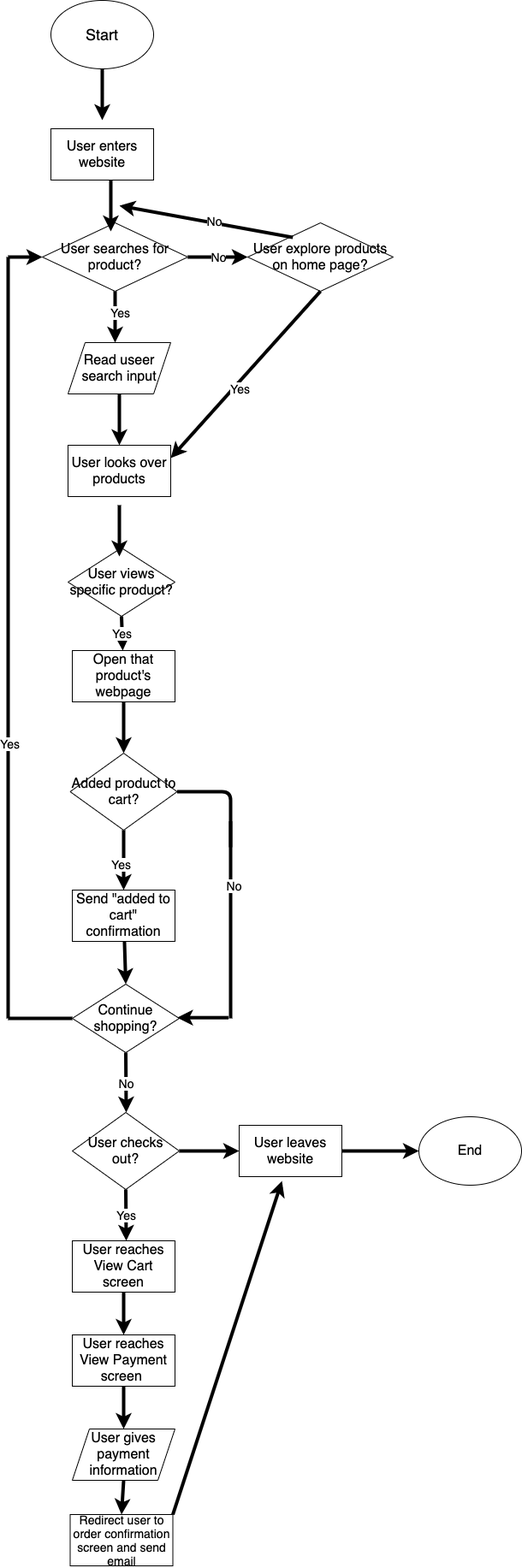
kianezaz/fa21-cse110-lab4 keeps this draw.io diagram as explore/diagramming/diagram.drawio.png. Above is the earlier version. Source tidied: cells renumbered, new cells last; positions are measured from the earlier drawing's top-left corner, leaving out a move shared by most shapes.
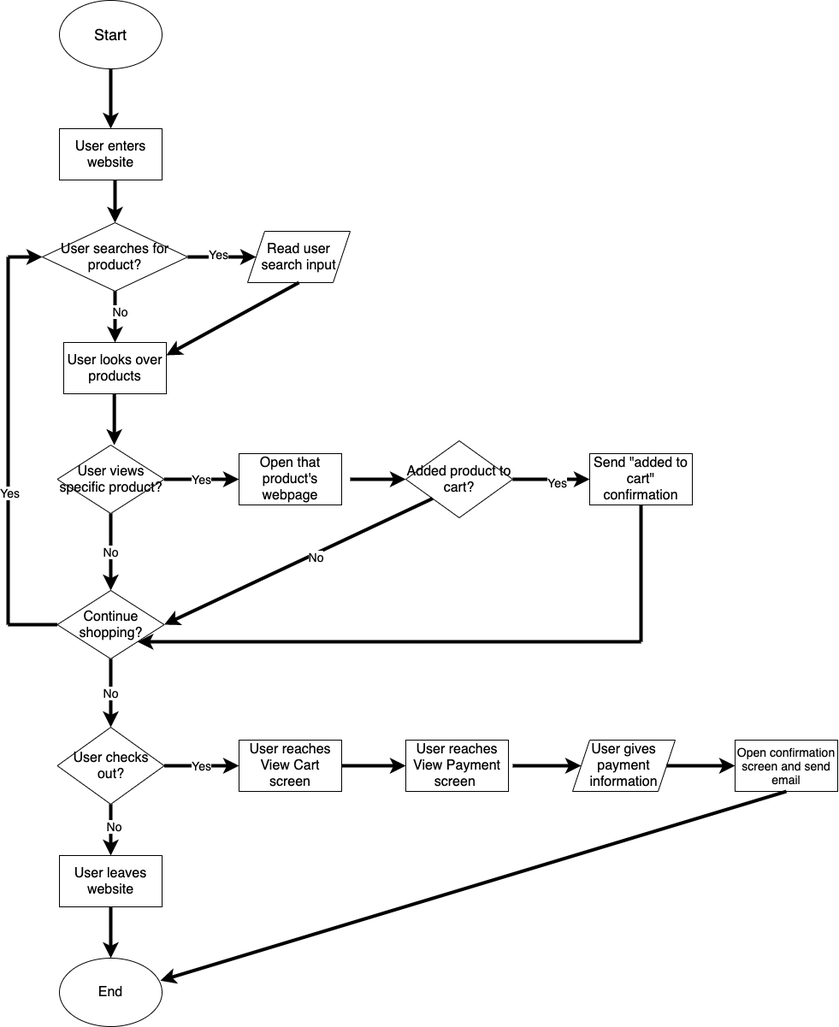
Later version of the same file.

Commit message:
Finished diagramming

Diff of the diagram source:
```diff
@@ -3,23 +3,17 @@
     <mxCell id="0" />
     <mxCell id="1" parent="0" />
     <mxCell id="2" value="&lt;font style=&quot;font-size: 18px&quot;&gt;Start&lt;/font&gt;" style="ellipse;whiteSpace=wrap;html=1;" parent="1" vertex="1">
-      <mxGeometry x="50" width="120" height="80" as="geometry" />
+      <mxGeometry x="60" width="120" height="80" as="geometry" />
     </mxCell>
     <mxCell id="3" value="&lt;font style=&quot;font-size: 16px&quot;&gt;User enters website&lt;/font&gt;" style="rounded=0;whiteSpace=wrap;html=1;" parent="1" vertex="1">
-      <mxGeometry x="50" y="150" width="120" height="60" as="geometry" />
+      <mxGeometry x="60" y="150" width="120" height="60" as="geometry" />
     </mxCell>
-    <mxCell id="4" style="endArrow=classic;html=1;exitX=0.5;exitY=1;exitDx=0;exitDy=0;strokeWidth=4;" parent="1" edge="1" source="2">
-      <mxGeometry relative="1" as="geometry">
-        <mxPoint x="110" y="140" as="targetPoint" />
-      </mxGeometry>
-    </mxCell>
     <mxCell id="5" value="&lt;font style=&quot;font-size: 16px&quot;&gt;User searches for product?&lt;/font&gt;" style="rhombus;whiteSpace=wrap;html=1;" parent="1" vertex="1">
       <mxGeometry x="40" y="260" width="170" height="80" as="geometry" />
     </mxCell>
-    <mxCell id="6" style="endArrow=classic;html=1;strokeWidth=4;" parent="1" edge="1">
+    <mxCell id="6" style="endArrow=classic;html=1;strokeWidth=4;entryX=0.5;entryY=0;entryDx=0;entryDy=0;" parent="1" edge="1" target="5">
       <mxGeometry relative="1" as="geometry">
-        <mxPoint x="120" y="210" as="sourcePoint" />
-        <mxPoint x="120" y="270" as="targetPoint" />
+        <mxPoint x="125" y="210" as="sourcePoint" />
       </mxGeometry>
     </mxCell>
     <mxCell id="7" style="endArrow=classic;html=1;strokeWidth=4;exitX=0.5;exitY=1;exitDx=0;exitDy=0;" parent="1" edge="1" source="5">
@@ -27,56 +21,34 @@
         <mxPoint x="125" y="400" as="targetPoint" />
       </mxGeometry>
     </mxCell>
-    <mxCell id="8" value="&lt;font style=&quot;font-size: 14px&quot;&gt;Yes&lt;/font&gt;" style="edgeLabel;html=1;align=center;verticalAlign=middle;" parent="7" vertex="1">
+    <mxCell id="8" value="&lt;font style=&quot;font-size: 14px&quot;&gt;No&lt;/font&gt;" style="edgeLabel;html=1;align=center;verticalAlign=middle;" parent="7" vertex="1">
       <mxGeometry x="-0.23" y="5" relative="1" as="geometry" />
     </mxCell>
-    <mxCell id="9" value="&lt;font style=&quot;font-size: 16px&quot;&gt;Read useer search input&lt;/font&gt;" style="shape=parallelogram;perimeter=parallelogramPerimeter;whiteSpace=wrap;html=1;fixedSize=1;" parent="1" vertex="1">
-      <mxGeometry x="70" y="400" width="120" height="60" as="geometry" />
+    <mxCell id="9" value="&lt;font style=&quot;font-size: 16px&quot;&gt;Read user search input&lt;/font&gt;" style="shape=parallelogram;perimeter=parallelogramPerimeter;whiteSpace=wrap;html=1;fixedSize=1;" parent="1" vertex="1">
+      <mxGeometry x="280" y="270" width="120" height="60" as="geometry" />
     </mxCell>
     <mxCell id="10" value="&lt;font style=&quot;font-size: 16px&quot;&gt;User looks over products&lt;/font&gt;" style="rounded=0;whiteSpace=wrap;html=1;" parent="1" vertex="1">
-      <mxGeometry x="70" y="520" width="120" height="60" as="geometry" />
+      <mxGeometry x="65" y="400" width="120" height="60" as="geometry" />
     </mxCell>
-    <mxCell id="11" style="endArrow=classic;html=1;strokeWidth=4;exitX=0.5;exitY=1;exitDx=0;exitDy=0;entryX=0.5;entryY=0;entryDx=0;entryDy=0;" parent="1" edge="1" source="9" target="10">
+    <mxCell id="11" style="endArrow=classic;html=1;strokeWidth=4;exitX=0.5;exitY=1;exitDx=0;exitDy=0;entryX=1;entryY=0.25;entryDx=0;entryDy=0;" parent="1" edge="1" source="9" target="10">
       <mxGeometry relative="1" as="geometry" />
     </mxCell>
-    <mxCell id="12" value="&lt;font style=&quot;font-size: 16px&quot;&gt;User explore products on home page?&lt;/font&gt;" style="rhombus;whiteSpace=wrap;html=1;" parent="1" vertex="1">
-      <mxGeometry x="280" y="260" width="170" height="80" as="geometry" />
-    </mxCell>
-    <mxCell id="13" value="&lt;font style=&quot;font-size: 14px&quot;&gt;No&lt;/font&gt;" style="endArrow=classic;html=1;strokeWidth=4;exitX=1;exitY=0.5;exitDx=0;exitDy=0;entryX=0;entryY=0.5;entryDx=0;entryDy=0;" parent="1" edge="1" source="5" target="12">
-      <mxGeometry relative="1" as="geometry" />
-    </mxCell>
-    <mxCell id="14" style="endArrow=classic;html=1;strokeWidth=4;exitX=0.5;exitY=1;exitDx=0;exitDy=0;entryX=1;entryY=0.25;entryDx=0;entryDy=0;" parent="1" edge="1" source="12" target="10">
-      <mxGeometry relative="1" as="geometry" />
-    </mxCell>
-    <mxCell id="15" value="&lt;font style=&quot;font-size: 14px&quot;&gt;Yes&lt;/font&gt;" style="edgeLabel;html=1;align=center;verticalAlign=middle;" parent="14" vertex="1">
-      <mxGeometry x="0.13" y="5" relative="1" as="geometry" />
-    </mxCell>
-    <mxCell id="16" value="&lt;span style=&quot;font-size: 14px&quot;&gt;&lt;br&gt;&lt;/span&gt;" style="endArrow=classic;html=1;strokeWidth=4;exitX=0.31;exitY=0.213;exitDx=0;exitDy=0;exitPerimeter=0;" parent="1" edge="1" source="12">
-      <mxGeometry relative="1" as="geometry">
-        <mxPoint x="130" y="240" as="targetPoint" />
-      </mxGeometry>
-    </mxCell>
-    <mxCell id="17" value="&lt;font style=&quot;font-size: 14px&quot;&gt;No&lt;/font&gt;" style="edgeLabel;html=1;align=center;verticalAlign=middle;" parent="16" vertex="1">
-      <mxGeometry x="-0.08" y="-3" relative="1" as="geometry">
-        <mxPoint x="-1" as="offset" />
-      </mxGeometry>
-    </mxCell>
     <mxCell id="18" value="&lt;font style=&quot;font-size: 16px&quot;&gt;User views specific product?&lt;/font&gt;" style="rhombus;whiteSpace=wrap;html=1;" parent="1" vertex="1">
-      <mxGeometry x="70" y="640" width="125" height="80" as="geometry" />
+      <mxGeometry x="57.5" y="520" width="125" height="80" as="geometry" />
     </mxCell>
     <mxCell id="19" value="&lt;br&gt;&lt;span style=&quot;font-size: 14px&quot;&gt;&lt;br&gt;&lt;/span&gt;" style="endArrow=classic;html=1;strokeWidth=4;" parent="1" edge="1">
       <mxGeometry relative="1" as="geometry">
-        <mxPoint x="130" y="590" as="sourcePoint" />
-        <mxPoint x="130" y="650" as="targetPoint" />
+        <mxPoint x="124.2" y="460" as="sourcePoint" />
+        <mxPoint x="124.2" y="520" as="targetPoint" />
       </mxGeometry>
     </mxCell>
     <mxCell id="20" value="&lt;font style=&quot;font-size: 16px&quot;&gt;Added product to cart?&lt;/font&gt;" style="rhombus;whiteSpace=wrap;html=1;" parent="1" vertex="1">
-      <mxGeometry x="72.5" y="880" width="125" height="90" as="geometry" />
+      <mxGeometry x="465" y="515" width="125" height="90" as="geometry" />
     </mxCell>
-    <mxCell id="21" value="&lt;font style=&quot;font-size: 14px&quot;&gt;Yes&lt;/font&gt;" style="endArrow=classic;html=1;strokeWidth=4;exitX=0.5;exitY=1;exitDx=0;exitDy=0;" parent="1" edge="1" source="18" target="35">
+    <mxCell id="21" value="&lt;font style=&quot;font-size: 14px&quot;&gt;Yes&lt;/font&gt;" style="endArrow=classic;html=1;strokeWidth=4;exitX=1;exitY=0.5;exitDx=0;exitDy=0;" parent="1" edge="1" source="18" target="35">
       <mxGeometry relative="1" as="geometry" />
     </mxCell>
-    <mxCell id="22" style="endArrow=classic;html=1;strokeWidth=4;exitX=0.5;exitY=1;exitDx=0;exitDy=0;" parent="1" edge="1" source="20" target="34">
+    <mxCell id="22" style="endArrow=classic;html=1;strokeWidth=4;exitX=1;exitY=0.5;exitDx=0;exitDy=0;" parent="1" edge="1" source="20" target="34">
       <mxGeometry relative="1" as="geometry" />
     </mxCell>
     <mxCell id="23" value="&lt;font style=&quot;font-size: 14px&quot;&gt;Yes&lt;/font&gt;" style="edgeLabel;html=1;align=center;verticalAlign=middle;" parent="22" vertex="1">
@@ -85,42 +57,24 @@
       </mxGeometry>
     </mxCell>
     <mxCell id="24" value="&lt;font style=&quot;font-size: 16px&quot;&gt;Continue shopping?&lt;/font&gt;" style="rhombus;whiteSpace=wrap;html=1;" parent="1" vertex="1">
-      <mxGeometry x="75" y="1150" width="125" height="80" as="geometry" />
+      <mxGeometry x="57.5" y="690" width="125" height="80" as="geometry" />
     </mxCell>
-    <mxCell id="25" style="endArrow=classic;html=1;strokeWidth=4;entryX=0.5;entryY=0;entryDx=0;entryDy=0;startArrow=none;" parent="1" edge="1" source="34" target="24">
-      <mxGeometry relative="1" as="geometry" />
-    </mxCell>
-    <mxCell id="26" style="endArrow=none;html=1;strokeWidth=4;exitX=1;exitY=0.5;exitDx=0;exitDy=0;" parent="1" edge="1" source="20">
-      <mxGeometry relative="1" as="geometry">
-        <mxPoint x="260" y="990" as="targetPoint" />
-        <Array as="points">
-          <mxPoint x="260" y="925" />
-        </Array>
-      </mxGeometry>
-    </mxCell>
-    <mxCell id="27" style="endArrow=none;html=1;strokeWidth=4;" parent="1" edge="1">
-      <mxGeometry relative="1" as="geometry">
-        <mxPoint x="260" y="1190" as="sourcePoint" />
-        <mxPoint x="260" y="960" as="targetPoint" />
-      </mxGeometry>
-    </mxCell>
-    <mxCell id="28" value="&lt;font style=&quot;font-size: 14px&quot;&gt;No&lt;/font&gt;" style="edgeLabel;html=1;align=center;verticalAlign=middle;" parent="27" vertex="1">
-      <mxGeometry x="0.35" y="-3" relative="1" as="geometry" />
-    </mxCell>
-    <mxCell id="29" style="endArrow=classic;html=1;strokeWidth=4;" parent="1" edge="1">
-      <mxGeometry relative="1" as="geometry">
-        <mxPoint x="257.5" y="1189.2" as="sourcePoint" />
-        <mxPoint x="197.5" y="1189.2" as="targetPoint" />
-      </mxGeometry>
+    <mxCell id="29" style="endArrow=classic;html=1;strokeWidth=4;entryX=1;entryY=0.5;entryDx=0;entryDy=0;exitX=0;exitY=1;exitDx=0;exitDy=0;" parent="1" edge="1" source="20" target="24">
+      <mxGeometry relative="1" as="geometry" />
     </mxCell>
+    <mxCell id="52" value="&lt;font style=&quot;font-size: 14px&quot;&gt;No&lt;/font&gt;" style="edgeLabel;html=1;align=center;verticalAlign=middle;" parent="29" vertex="1">
+      <mxGeometry x="-0.12" y="3" relative="1" as="geometry">
+        <mxPoint x="-1" as="offset" />
+      </mxGeometry>
+    </mxCell>
     <mxCell id="30" style="endArrow=none;html=1;strokeWidth=4;exitX=0;exitY=0.5;exitDx=0;exitDy=0;" parent="1" edge="1" source="24">
       <mxGeometry relative="1" as="geometry">
-        <mxPoint y="1190" as="targetPoint" />
+        <mxPoint y="730" as="targetPoint" />
       </mxGeometry>
     </mxCell>
     <mxCell id="31" style="endArrow=none;html=1;strokeWidth=4;" parent="1" edge="1">
       <mxGeometry relative="1" as="geometry">
-        <mxPoint y="1190" as="sourcePoint" />
+        <mxPoint y="730" as="sourcePoint" />
         <mxPoint y="300" as="targetPoint" />
       </mxGeometry>
     </mxCell>
@@ -133,66 +87,89 @@
       </mxGeometry>
     </mxCell>
     <mxCell id="34" value="&lt;font style=&quot;font-size: 16px&quot;&gt;Send &quot;added to cart&quot; confirmation&lt;/font&gt;" style="rounded=0;whiteSpace=wrap;html=1;" parent="1" vertex="1">
-      <mxGeometry x="75" y="1040" width="120" height="60" as="geometry" />
+      <mxGeometry x="680" y="530" width="120" height="60" as="geometry" />
     </mxCell>
     <mxCell id="35" value="&lt;font style=&quot;font-size: 16px&quot;&gt;Open that product's webpage&lt;/font&gt;" style="rounded=0;whiteSpace=wrap;html=1;" parent="1" vertex="1">
-      <mxGeometry x="75" y="760" width="120" height="60" as="geometry" />
+      <mxGeometry x="270" y="530" width="120" height="60" as="geometry" />
     </mxCell>
-    <mxCell id="36" style="endArrow=classic;html=1;strokeWidth=4;exitX=0.5;exitY=1;exitDx=0;exitDy=0;entryX=0.5;entryY=0;entryDx=0;entryDy=0;" parent="1" edge="1" source="35" target="20">
-      <mxGeometry relative="1" as="geometry" />
+    <mxCell id="36" style="endArrow=classic;html=1;strokeWidth=4;entryX=0;entryY=0.5;entryDx=0;entryDy=0;" parent="1" edge="1" target="20">
+      <mxGeometry relative="1" as="geometry">
+        <mxPoint x="400" y="560" as="sourcePoint" />
+      </mxGeometry>
     </mxCell>
-    <mxCell id="37" value="&lt;font style=&quot;font-size: 14px&quot;&gt;No&lt;/font&gt;" style="endArrow=classic;html=1;strokeWidth=4;exitX=0.5;exitY=1;exitDx=0;exitDy=0;" parent="1" edge="1" source="24">
-      <mxGeometry relative="1" as="geometry">
-        <mxPoint x="138" y="1300" as="targetPoint" />
-      </mxGeometry>
+    <mxCell id="37" value="&lt;font style=&quot;font-size: 14px&quot;&gt;No&lt;/font&gt;" style="endArrow=classic;html=1;strokeWidth=4;exitX=0.5;exitY=1;exitDx=0;exitDy=0;entryX=0.5;entryY=0;entryDx=0;entryDy=0;" parent="1" edge="1" source="24" target="38">
+      <mxGeometry relative="1" as="geometry" />
     </mxCell>
     <mxCell id="38" value="&lt;font style=&quot;font-size: 16px&quot;&gt;User checks out?&lt;/font&gt;" style="rhombus;whiteSpace=wrap;html=1;" parent="1" vertex="1">
-      <mxGeometry x="75" y="1300" width="125" height="90" as="geometry" />
+      <mxGeometry x="57.5" y="850" width="125" height="90" as="geometry" />
     </mxCell>
-    <mxCell id="39" style="endArrow=classic;html=1;strokeWidth=4;exitX=1;exitY=0.5;exitDx=0;exitDy=0;" parent="1" edge="1" source="38" target="40">
-      <mxGeometry relative="1" as="geometry" />
-    </mxCell>
     <mxCell id="40" value="&lt;font style=&quot;font-size: 16px&quot;&gt;User leaves website&lt;/font&gt;" style="rounded=0;whiteSpace=wrap;html=1;" parent="1" vertex="1">
-      <mxGeometry x="270" y="1315" width="120" height="60" as="geometry" />
+      <mxGeometry x="60" y="1000" width="120" height="60" as="geometry" />
     </mxCell>
-    <mxCell id="41" style="endArrow=classic;html=1;strokeWidth=4;exitX=1;exitY=0.5;exitDx=0;exitDy=0;" parent="1" edge="1" source="40">
-      <mxGeometry relative="1" as="geometry">
-        <mxPoint x="480" y="1345" as="targetPoint" />
-      </mxGeometry>
+    <mxCell id="41" style="endArrow=classic;html=1;strokeWidth=4;exitX=0.5;exitY=1;exitDx=0;exitDy=0;entryX=0.5;entryY=0;entryDx=0;entryDy=0;" parent="1" edge="1" source="38" target="40">
+      <mxGeometry relative="1" as="geometry" />
     </mxCell>
+    <mxCell id="53" value="&lt;font style=&quot;font-size: 14px&quot;&gt;No&lt;/font&gt;" style="edgeLabel;html=1;align=center;verticalAlign=middle;" parent="41" vertex="1">
+      <mxGeometry x="-0.17" y="3" relative="1" as="geometry" />
+    </mxCell>
     <mxCell id="42" value="&lt;font style=&quot;font-size: 16px&quot;&gt;End&lt;/font&gt;" style="ellipse;whiteSpace=wrap;html=1;" parent="1" vertex="1">
-      <mxGeometry x="480" y="1305" width="120" height="80" as="geometry" />
+      <mxGeometry x="60" y="1120" width="120" height="80" as="geometry" />
     </mxCell>
-    <mxCell id="43" value="&lt;font style=&quot;font-size: 14px&quot;&gt;Yes&lt;/font&gt;" style="endArrow=classic;html=1;strokeWidth=4;exitX=0.5;exitY=1;exitDx=0;exitDy=0;" parent="1" edge="1" source="38">
-      <mxGeometry relative="1" as="geometry">
-        <mxPoint x="138" y="1450" as="targetPoint" />
-      </mxGeometry>
-    </mxCell>
-    <mxCell id="44" value="&lt;font style=&quot;font-size: 16px&quot;&gt;User reaches View Cart screen&lt;/font&gt;" style="rounded=0;whiteSpace=wrap;html=1;" parent="1" vertex="1">
-      <mxGeometry x="75" y="1450" width="120" height="60" as="geometry" />
-    </mxCell>
-    <mxCell id="45" style="endArrow=classic;html=1;strokeWidth=4;exitX=0.5;exitY=1;exitDx=0;exitDy=0;" parent="1" edge="1" source="44" target="46">
-      <mxGeometry relative="1" as="geometry" />
-    </mxCell>
     <mxCell id="46" value="&lt;font style=&quot;font-size: 16px&quot;&gt;User reaches View Payment screen&amp;nbsp;&lt;/font&gt;" style="rounded=0;whiteSpace=wrap;html=1;" parent="1" vertex="1">
-      <mxGeometry x="75" y="1560" width="120" height="60" as="geometry" />
+      <mxGeometry x="465" y="865" width="120" height="60" as="geometry" />
     </mxCell>
-    <mxCell id="47" style="endArrow=classic;html=1;strokeWidth=4;exitX=0.5;exitY=1;exitDx=0;exitDy=0;" parent="1" edge="1" source="46" target="48">
-      <mxGeometry relative="1" as="geometry" />
+    <mxCell id="47" style="endArrow=classic;html=1;strokeWidth=4;" parent="1" edge="1" target="48">
+      <mxGeometry relative="1" as="geometry">
+        <mxPoint x="590" y="895" as="sourcePoint" />
+      </mxGeometry>
     </mxCell>
     <mxCell id="48" value="&lt;font style=&quot;font-size: 16px&quot;&gt;User gives payment information&lt;/font&gt;" style="shape=parallelogram;perimeter=parallelogramPerimeter;whiteSpace=wrap;html=1;fixedSize=1;" parent="1" vertex="1">
-      <mxGeometry x="75" y="1670" width="120" height="60" as="geometry" />
+      <mxGeometry x="660" y="865" width="120" height="60" as="geometry" />
     </mxCell>
-    <mxCell id="49" value="&lt;font style=&quot;font-size: 14px&quot;&gt;Redirect user to order confirmation screen and send email&lt;/font&gt;" style="rounded=0;whiteSpace=wrap;html=1;" parent="1" vertex="1">
-      <mxGeometry x="72.5" y="1770" width="120" height="60" as="geometry" />
+    <mxCell id="49" value="&lt;font style=&quot;font-size: 14px&quot;&gt;Open confirmation screen and send email&lt;/font&gt;" style="rounded=0;whiteSpace=wrap;html=1;" parent="1" vertex="1">
+      <mxGeometry x="850" y="865" width="120" height="60" as="geometry" />
     </mxCell>
-    <mxCell id="50" style="endArrow=classic;html=1;strokeWidth=4;exitX=0.5;exitY=1;exitDx=0;exitDy=0;entryX=0.5;entryY=0;entryDx=0;entryDy=0;" parent="1" edge="1" source="48" target="49">
+    <mxCell id="50" style="endArrow=classic;html=1;strokeWidth=4;exitX=1;exitY=0.5;exitDx=0;exitDy=0;entryX=0;entryY=0.5;entryDx=0;entryDy=0;" parent="1" edge="1" source="48" target="49">
       <mxGeometry relative="1" as="geometry" />
     </mxCell>
-    <mxCell id="51" style="endArrow=classic;html=1;strokeWidth=4;exitX=1;exitY=0;exitDx=0;exitDy=0;" parent="1" edge="1" source="49">
-      <mxGeometry relative="1" as="geometry">
-        <mxPoint x="320" y="1380" as="targetPoint" />
-      </mxGeometry>
+    <mxCell id="51" style="endArrow=classic;html=1;strokeWidth=4;exitX=0.5;exitY=1;exitDx=0;exitDy=0;entryX=0.983;entryY=0.329;entryDx=0;entryDy=0;entryPerimeter=0;" parent="1" edge="1" source="49" target="42">
+      <mxGeometry relative="1" as="geometry" />
     </mxCell>
+    <mxCell id="54" style="endArrow=classic;html=1;strokeWidth=4;exitX=0.5;exitY=1;exitDx=0;exitDy=0;entryX=0.5;entryY=0;entryDx=0;entryDy=0;" parent="1" edge="1" source="2" target="3">
+      <mxGeometry relative="1" as="geometry" />
+    </mxCell>
+    <mxCell id="55" style="endArrow=classic;html=1;strokeWidth=4;exitX=1;exitY=0.5;exitDx=0;exitDy=0;entryX=0;entryY=0.5;entryDx=0;entryDy=0;" parent="1" edge="1" source="5" target="9">
+      <mxGeometry relative="1" as="geometry" />
+    </mxCell>
+    <mxCell id="15" value="&lt;font style=&quot;font-size: 14px&quot;&gt;Yes&lt;/font&gt;" style="edgeLabel;html=1;align=center;verticalAlign=middle;" parent="55" vertex="1">
+      <mxGeometry x="-0.13" y="4" relative="1" as="geometry" />
+    </mxCell>
+    <mxCell id="56" value="&lt;font style=&quot;font-size: 14px&quot;&gt;No&lt;/font&gt;" style="endArrow=classic;html=1;strokeWidth=4;exitX=0.5;exitY=1;exitDx=0;exitDy=0;" parent="1" edge="1" source="18">
+      <mxGeometry relative="1" as="geometry">
+        <mxPoint x="120" y="690" as="targetPoint" />
+      </mxGeometry>
+    </mxCell>
+    <mxCell id="57" style="endArrow=none;html=1;strokeWidth=4;entryX=0.5;entryY=1;entryDx=0;entryDy=0;" parent="1" edge="1" target="34">
+      <mxGeometry relative="1" as="geometry">
+        <mxPoint x="740" y="750" as="sourcePoint" />
+      </mxGeometry>
+    </mxCell>
+    <mxCell id="58" style="endArrow=classic;html=1;strokeWidth=4;entryX=1;entryY=1;entryDx=0;entryDy=0;" parent="1" edge="1" target="24">
+      <mxGeometry relative="1" as="geometry">
+        <mxPoint x="740" y="750" as="sourcePoint" />
+      </mxGeometry>
+    </mxCell>
+    <mxCell id="44" value="&lt;font style=&quot;font-size: 16px&quot;&gt;User reaches View Cart screen&lt;/font&gt;" style="rounded=0;whiteSpace=wrap;html=1;" parent="1" vertex="1">
+      <mxGeometry x="270" y="865" width="120" height="60" as="geometry" />
+    </mxCell>
+    <mxCell id="43" value="&lt;font style=&quot;font-size: 14px&quot;&gt;Yes&lt;/font&gt;" style="endArrow=classic;html=1;strokeWidth=4;exitX=1;exitY=0.5;exitDx=0;exitDy=0;entryX=0;entryY=0.5;entryDx=0;entryDy=0;" parent="1" edge="1" source="38" target="44">
+      <mxGeometry relative="1" as="geometry" />
+    </mxCell>
+    <mxCell id="45" style="endArrow=classic;html=1;strokeWidth=4;exitX=1;exitY=0.5;exitDx=0;exitDy=0;entryX=0;entryY=0.5;entryDx=0;entryDy=0;" parent="1" edge="1" source="44" target="46">
+      <mxGeometry relative="1" as="geometry" />
+    </mxCell>
+    <mxCell id="59" style="endArrow=classic;html=1;strokeWidth=4;exitX=0.5;exitY=1;exitDx=0;exitDy=0;entryX=0.5;entryY=0;entryDx=0;entryDy=0;" parent="1" edge="1" source="40" target="42">
+      <mxGeometry relative="1" as="geometry" />
+    </mxCell>
   </root>
 </mxGraphModel>
```
